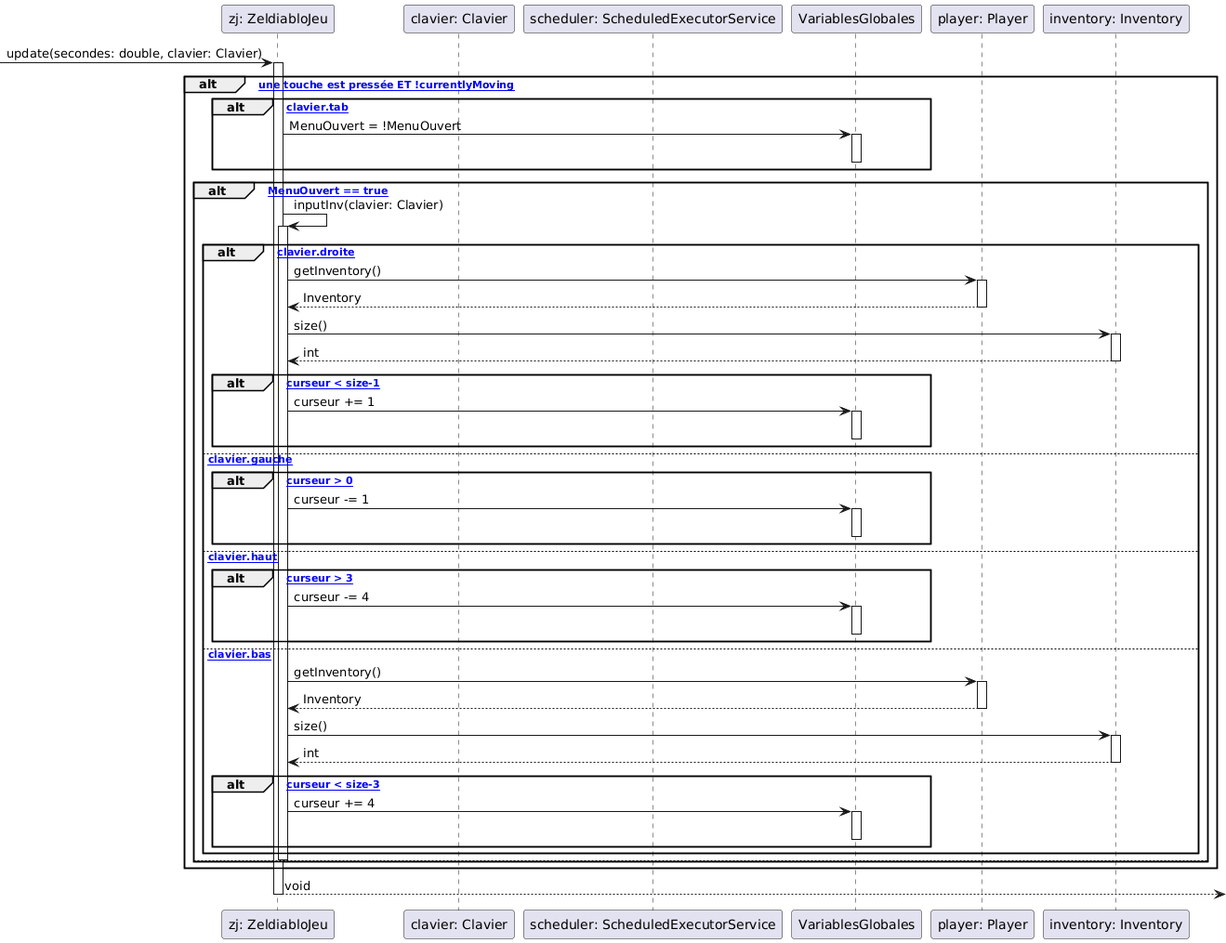
Before: zeldiablo/documents/iteration-2/diagrammes/inventaire/diagramme-sequence-gestion-input-inventaire.png, a diagram exported from PlantUML (zonetecde/BUT_S2_2025_Zeldiablo_e22359u_e82916u_e77582u_e85474u). Its diagram source:
```plantuml
@startuml
participant "zj: ZeldiabloJeu" as ZJ
participant "clavier: Clavier" as Clavier
participant "scheduler: ScheduledExecutorService" as Scheduler
participant "VariablesGlobales" as VG
participant "player: Player" as Player
participant "inventory: Inventory" as Inventory

-> ZJ : update(secondes: double, clavier: Clavier)
activate ZJ

alt [si une touche est pressée ET !currentlyMoving]


    alt [si clavier.tab]
        ZJ -> VG : MenuOuvert = !MenuOuvert
        activate VG
        deactivate VG
    end

    alt [si MenuOuvert == true]
        ZJ -> ZJ : inputInv(clavier: Clavier)
        activate ZJ

        alt [si clavier.droite]
            ZJ -> Player : getInventory()
            activate Player
            Player --> ZJ : Inventory
            deactivate Player

            ZJ -> Inventory : size()
            activate Inventory
            Inventory --> ZJ : int
            deactivate Inventory

            alt [si curseur < size-1]
                ZJ -> VG : curseur += 1
                activate VG
                deactivate VG
            end

        else [si clavier.gauche]
            alt [si curseur > 0]
                ZJ -> VG : curseur -= 1
                activate VG
                deactivate VG
            end

        else [si clavier.haut]
            alt [si curseur > 3]
                ZJ -> VG : curseur -= 4
                activate VG
                deactivate VG
            end

        else [si clavier.bas]
            ZJ -> Player : getInventory()
            activate Player
            Player --> ZJ : Inventory
            deactivate Player

            ZJ -> Inventory : size()
            activate Inventory
            Inventory --> ZJ : int
            deactivate Inventory

            alt [si curseur < size-3]
                ZJ -> VG : curseur += 4
                activate VG
                deactivate VG
            end
        end

        deactivate ZJ
    else
        note right : inputLaby(clavier) appelé
    end

end

ZJ --> : void
deactivate ZJ
@enduml
```
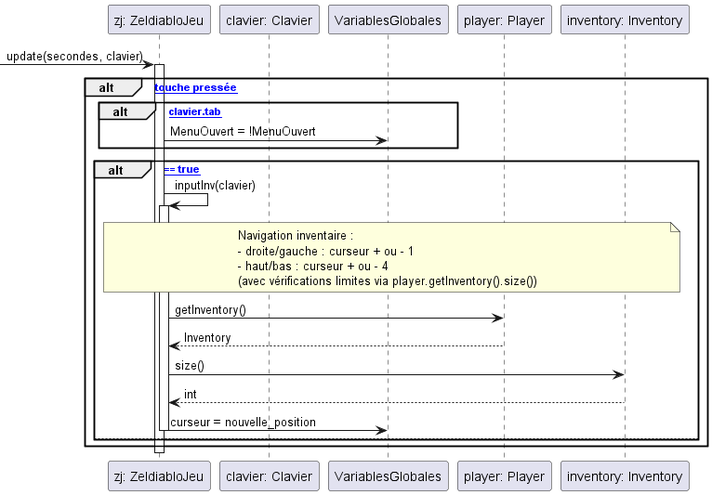
After the commit.

Commit message:
update diagramme inventaire

The edit, as a diff of the source:
```diff
@@ -1,75 +1,33 @@
 @startuml
+
 participant "zj: ZeldiabloJeu" as ZJ
 participant "clavier: Clavier" as Clavier
-participant "scheduler: ScheduledExecutorService" as Scheduler
 participant "VariablesGlobales" as VG
 participant "player: Player" as Player
 participant "inventory: Inventory" as Inventory
 
--> ZJ : update(secondes: double, clavier: Clavier)
+-> ZJ : update(secondes, clavier)
 activate ZJ
 
-alt [si une touche est pressée ET !currentlyMoving]
+alt [. touche pressée]
 
-
-    alt [si clavier.tab]
+    alt [clavier.tab]
         ZJ -> VG : MenuOuvert = !MenuOuvert
-        activate VG
-        deactivate VG
     end
 
-    alt [si MenuOuvert == true]
-        ZJ -> ZJ : inputInv(clavier: Clavier)
+    alt [MenuOuvert == true]
+        ZJ -> ZJ : inputInv(clavier)
         activate ZJ
 
-        alt [si clavier.droite]
-            ZJ -> Player : getInventory()
-            activate Player
-            Player --> ZJ : Inventory
-            deactivate Player
+        note over ZJ, Inventory : Navigation inventaire :\n- droite/gauche : curseur + ou - 1\n- haut/bas : curseur + ou - 4\n(avec vérifications limites via player.getInventory().size())
 
-            ZJ -> Inventory : size()
-            activate Inventory
-            Inventory --> ZJ : int
-            deactivate Inventory
+        ZJ -> Player : getInventory()
+        Player --> ZJ : Inventory
 
-            alt [si curseur < size-1]
-                ZJ -> VG : curseur += 1
-                activate VG
-                deactivate VG
-            end
+        ZJ -> Inventory : size()
+        Inventory --> ZJ : int
 
-        else [si clavier.gauche]
-            alt [si curseur > 0]
-                ZJ -> VG : curseur -= 1
-                activate VG
-                deactivate VG
-            end
-
-        else [si clavier.haut]
-            alt [si curseur > 3]
-                ZJ -> VG : curseur -= 4
-                activate VG
-                deactivate VG
-            end
-
-        else [si clavier.bas]
-            ZJ -> Player : getInventory()
-            activate Player
-            Player --> ZJ : Inventory
-            deactivate Player
-
-            ZJ -> Inventory : size()
-            activate Inventory
-            Inventory --> ZJ : int
-            deactivate Inventory
-
-            alt [si curseur < size-3]
-                ZJ -> VG : curseur += 4
-                activate VG
-                deactivate VG
-            end
-        end
+        ZJ -> VG : curseur = nouvelle_position
 
         deactivate ZJ
     else
@@ -78,6 +36,6 @@
 
 end
 
-ZJ --> : void
 deactivate ZJ
+
 @enduml
```
